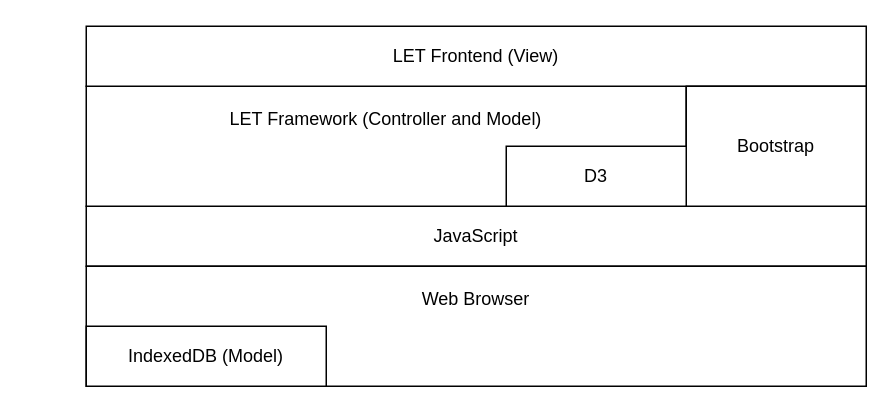
The draw.io diagram page "Architecture" (1 of 2) of docs/architecture.drawio in uniba-swt/LetSynchronise, before the edit. Source tidied: cells renumbered, new cells numbered last; positions are measured from the earlier drawing's top-left corner, leaving out a move shared by most shapes. Both pictures are drawn from the tidied source at 150%, with x=0, y=0 at pixel (86, 26).
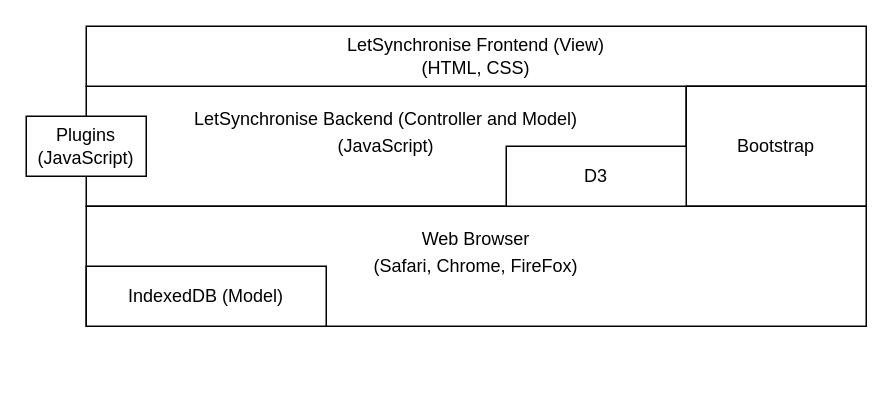
After the change.

Diff of the diagram source:
```diff
@@
 <mxGraphModel>
   <root>
     <mxCell id="0" />
     <mxCell id="1" parent="0" />
-    <mxCell id="2" value="JavaScript" style="rounded=0;whiteSpace=wrap;html=1;" parent="1" vertex="1">
-      <mxGeometry y="120" width="520" height="40" as="geometry" />
-    </mxCell>
-    <mxCell id="3" value="&lt;p style=&quot;line-height: 50%;&quot;&gt;LET Framework (Controller and Model)&lt;/p&gt;" style="rounded=0;whiteSpace=wrap;html=1;verticalAlign=top;" parent="1" vertex="1">
+    <mxCell id="3" value="&lt;p style=&quot;line-height: 50%;&quot;&gt;LetSynchronise Backend (Controller and Model)&lt;/p&gt;&lt;p style=&quot;line-height: 50%;&quot;&gt;(JavaScript)&lt;/p&gt;" style="rounded=0;whiteSpace=wrap;html=1;verticalAlign=top;" parent="1" vertex="1">
       <mxGeometry y="40" width="400" height="80" as="geometry" />
     </mxCell>
-    <mxCell id="4" value="LET Frontend (View)" style="rounded=0;whiteSpace=wrap;html=1;" parent="1" vertex="1">
+    <mxCell id="4" value="LetSynchronise Frontend (View)&lt;br&gt;(HTML, CSS)" style="rounded=0;whiteSpace=wrap;html=1;" parent="1" vertex="1">
       <mxGeometry width="520" height="40" as="geometry" />
     </mxCell>
     <mxCell id="5" value="Bootstrap" style="rounded=0;whiteSpace=wrap;html=1;" parent="1" vertex="1">
       <mxGeometry x="400" y="40" width="120" height="80" as="geometry" />
     </mxCell>
-    <mxCell id="6" value="&lt;p style=&quot;line-height: 50%;&quot;&gt;Web Browser&lt;/p&gt;" style="rounded=0;whiteSpace=wrap;html=1;verticalAlign=top;" parent="1" vertex="1">
-      <mxGeometry y="160" width="520" height="80" as="geometry" />
+    <mxCell id="6" value="&lt;p style=&quot;line-height: 50%;&quot;&gt;Web Browser&lt;/p&gt;&lt;p style=&quot;line-height: 50%;&quot;&gt;(Safari, Chrome, FireFox)&lt;/p&gt;" style="rounded=0;whiteSpace=wrap;html=1;verticalAlign=top;" parent="1" vertex="1">
+      <mxGeometry y="120" width="520" height="80" as="geometry" />
     </mxCell>
     <mxCell id="7" value="D3" style="rounded=0;whiteSpace=wrap;html=1;" parent="1" vertex="1">
       <mxGeometry x="280" y="80" width="120" height="40" as="geometry" />
     </mxCell>
     <mxCell id="8" value="IndexedDB (Model)" style="rounded=0;whiteSpace=wrap;html=1;" parent="1" vertex="1">
-      <mxGeometry y="200" width="160" height="40" as="geometry" />
+      <mxGeometry y="160" width="160" height="40" as="geometry" />
     </mxCell>
+    <mxCell id="9" value="Plugins&lt;br&gt;(JavaScript)" style="rounded=0;whiteSpace=wrap;html=1;" parent="1" vertex="1">
+      <mxGeometry x="-40" y="60" width="80" height="40" as="geometry" />
+    </mxCell>
   </root>
 </mxGraphModel>
```
